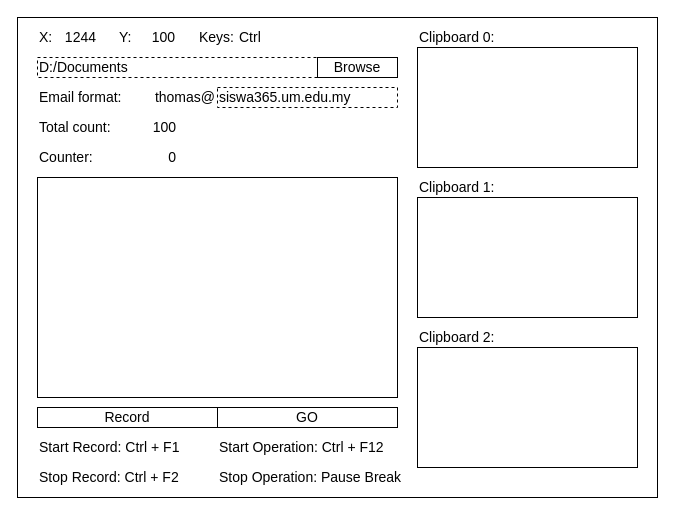
The draw.io diagram UI Design.drawio in TINGWEIJING/auto-click-javafx, before the edit. Source tidied: cells renumbered, new cells numbered last; positions are measured from the earlier drawing's top-left corner, leaving out a move shared by most shapes. Both pictures are drawn from the tidied source at 100%, with x=0, y=0 at pixel (17, 17).
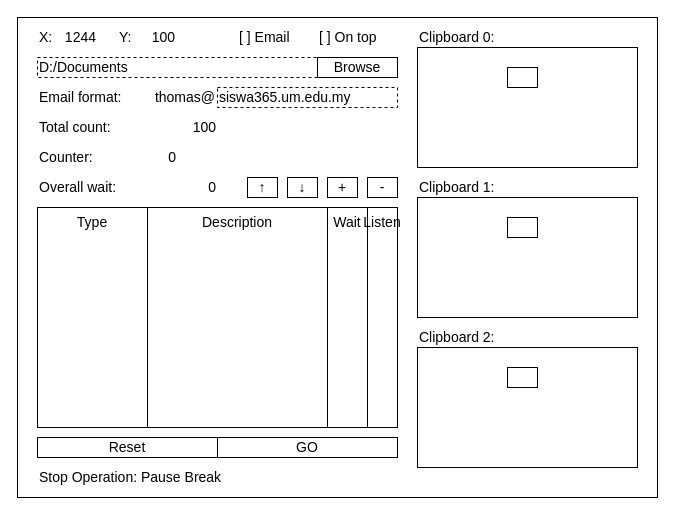
After the change.

What changed in the source:
```diff
@@
+    <mxCell id="14" style="rounded=0;whiteSpace=wrap;html=1;strokeColor=#000000;fontSize=14;align=left;fillColor=none;" parent="1" vertex="1">
+      <mxGeometry x="20" y="190" width="360" height="220" as="geometry" />
+    </mxCell>
+    <mxCell id="31" value="Type" style="rounded=0;whiteSpace=wrap;html=1;strokeColor=#000000;fontSize=14;align=center;fillColor=none;verticalAlign=top;" parent="1" vertex="1">
+      <mxGeometry x="20" y="190" width="110" height="220" as="geometry" />
+    </mxCell>
+    <mxCell id="32" value="Wait" style="rounded=0;whiteSpace=wrap;html=1;strokeColor=#000000;fontSize=14;align=center;fillColor=none;verticalAlign=top;" parent="1" vertex="1">
+      <mxGeometry x="310" y="190" width="40" height="220" as="geometry" />
+    </mxCell>
+    <mxCell id="33" value="Description" style="rounded=0;whiteSpace=wrap;html=1;strokeColor=#000000;fontSize=14;align=center;fillColor=none;verticalAlign=top;" parent="1" vertex="1">
+      <mxGeometry x="130" y="190" width="180" height="220" as="geometry" />
+    </mxCell>
+    <mxCell id="34" value="Listen" style="rounded=0;whiteSpace=wrap;html=1;strokeColor=#000000;fontSize=14;align=center;fillColor=none;verticalAlign=top;" parent="1" vertex="1">
+      <mxGeometry x="350" y="190" width="30" height="220" as="geometry" />
+    </mxCell>
@@
-    <mxCell id="7" value="Record" style="rounded=0;whiteSpace=wrap;html=1;fillColor=none;fontSize=14;" parent="1" vertex="1">
-      <mxGeometry x="20" y="390" width="180" height="20" as="geometry" />
+    <mxCell id="7" value="Reset" style="rounded=0;whiteSpace=wrap;html=1;fillColor=none;fontSize=14;" parent="1" vertex="1">
+      <mxGeometry x="20" y="420" width="180" height="20" as="geometry" />
     </mxCell>
@@
     <mxCell id="10" value="GO" style="rounded=0;whiteSpace=wrap;html=1;fillColor=none;fontSize=14;" parent="1" vertex="1">
-      <mxGeometry x="200" y="390" width="180" height="20" as="geometry" />
+      <mxGeometry x="200" y="420" width="180" height="20" as="geometry" />
     </mxCell>
@@
-    <mxCell id="14" style="rounded=0;whiteSpace=wrap;html=1;strokeColor=#000000;fontSize=14;align=left;" parent="1" vertex="1">
-      <mxGeometry x="20" y="160" width="360" height="220" as="geometry" />
-    </mxCell>
-    <mxCell id="15" value="Start Record: Ctrl + F1" style="text;html=1;strokeColor=none;fillColor=none;align=left;verticalAlign=middle;rounded=0;fontSize=14;" parent="1" vertex="1">
-      <mxGeometry x="20" y="420" width="180" height="20" as="geometry" />
-    </mxCell>
-    <mxCell id="16" value="Stop Record: Ctrl + F2" style="text;html=1;strokeColor=none;fillColor=none;align=left;verticalAlign=middle;rounded=0;fontSize=14;" parent="1" vertex="1">
-      <mxGeometry x="20" y="450" width="180" height="20" as="geometry" />
-    </mxCell>
-    <mxCell id="17" value="Start Operation: Ctrl + F12" style="text;html=1;strokeColor=none;fillColor=none;align=left;verticalAlign=middle;rounded=0;fontSize=14;" parent="1" vertex="1">
-      <mxGeometry x="200" y="420" width="180" height="20" as="geometry" />
-    </mxCell>
     <mxCell id="18" value="Stop Operation: Pause Break" style="text;html=1;strokeColor=none;fillColor=none;align=left;verticalAlign=middle;rounded=0;fontSize=14;" parent="1" vertex="1">
-      <mxGeometry x="200" y="450" width="180" height="20" as="geometry" />
+      <mxGeometry x="20" y="450" width="180" height="20" as="geometry" />
     </mxCell>
@@
     <mxCell id="21" value="100" style="text;html=1;strokeColor=none;fillColor=none;align=right;verticalAlign=middle;rounded=0;fontSize=14;" parent="1" vertex="1">
-      <mxGeometry x="120" y="100" width="40" height="20" as="geometry" />
+      <mxGeometry x="120" y="100" width="80" height="20" as="geometry" />
     </mxCell>
@@
-    <mxCell id="29" value="Keys:" style="text;html=1;strokeColor=none;fillColor=none;align=left;verticalAlign=middle;whiteSpace=wrap;rounded=0;fontSize=14;" parent="1" vertex="1">
-      <mxGeometry x="180" y="10" width="40" height="20" as="geometry" />
-    </mxCell>
-    <mxCell id="30" value="Ctrl" style="text;html=1;strokeColor=none;fillColor=none;align=left;verticalAlign=middle;whiteSpace=wrap;rounded=0;fontSize=14;" parent="1" vertex="1">
-      <mxGeometry x="220" y="10" width="160" height="20" as="geometry" />
-    </mxCell>
+    <mxCell id="35" value="Overall wait:" style="text;html=1;strokeColor=none;fillColor=none;align=left;verticalAlign=middle;rounded=0;fontSize=14;" parent="1" vertex="1">
+      <mxGeometry x="20" y="160" width="100" height="20" as="geometry" />
+    </mxCell>
+    <mxCell id="36" value="0" style="text;html=1;strokeColor=none;fillColor=none;align=right;verticalAlign=middle;rounded=0;fontSize=14;" parent="1" vertex="1">
+      <mxGeometry x="120" y="160" width="80" height="20" as="geometry" />
+    </mxCell>
+    <mxCell id="37" value="-" style="rounded=0;whiteSpace=wrap;html=1;fillColor=none;fontSize=14;" parent="1" vertex="1">
+      <mxGeometry x="350" y="160" width="30" height="20" as="geometry" />
+    </mxCell>
+    <mxCell id="38" value="+" style="rounded=0;whiteSpace=wrap;html=1;fillColor=none;fontSize=14;" parent="1" vertex="1">
+      <mxGeometry x="310" y="160" width="30" height="20" as="geometry" />
+    </mxCell>
+    <mxCell id="39" value="↓" style="rounded=0;whiteSpace=wrap;html=1;fillColor=none;fontSize=14;" parent="1" vertex="1">
+      <mxGeometry x="270" y="160" width="30" height="20" as="geometry" />
+    </mxCell>
+    <mxCell id="40" value="↑" style="rounded=0;whiteSpace=wrap;html=1;fillColor=none;fontSize=14;" parent="1" vertex="1">
+      <mxGeometry x="230" y="160" width="30" height="20" as="geometry" />
+    </mxCell>
+    <mxCell id="41" value="[ ] On top" style="text;html=1;strokeColor=none;fillColor=none;align=left;verticalAlign=middle;whiteSpace=wrap;rounded=0;fontSize=14;" parent="1" vertex="1">
+      <mxGeometry x="300" y="10" width="80" height="20" as="geometry" />
+    </mxCell>
+    <mxCell id="42" value="[ ] Email" style="text;html=1;strokeColor=none;fillColor=none;align=left;verticalAlign=middle;whiteSpace=wrap;rounded=0;fontSize=14;" parent="1" vertex="1">
+      <mxGeometry x="220" y="10" width="80" height="20" as="geometry" />
+    </mxCell>
+    <mxCell id="43" style="rounded=0;whiteSpace=wrap;html=1;" parent="1" vertex="1">
+      <mxGeometry x="490" y="50" width="30" height="20" as="geometry" />
+    </mxCell>
+    <mxCell id="44" style="rounded=0;whiteSpace=wrap;html=1;" parent="1" vertex="1">
+      <mxGeometry x="490" y="200" width="30" height="20" as="geometry" />
+    </mxCell>
+    <mxCell id="45" style="rounded=0;whiteSpace=wrap;html=1;" parent="1" vertex="1">
+      <mxGeometry x="490" y="350" width="30" height="20" as="geometry" />
+    </mxCell>
```
